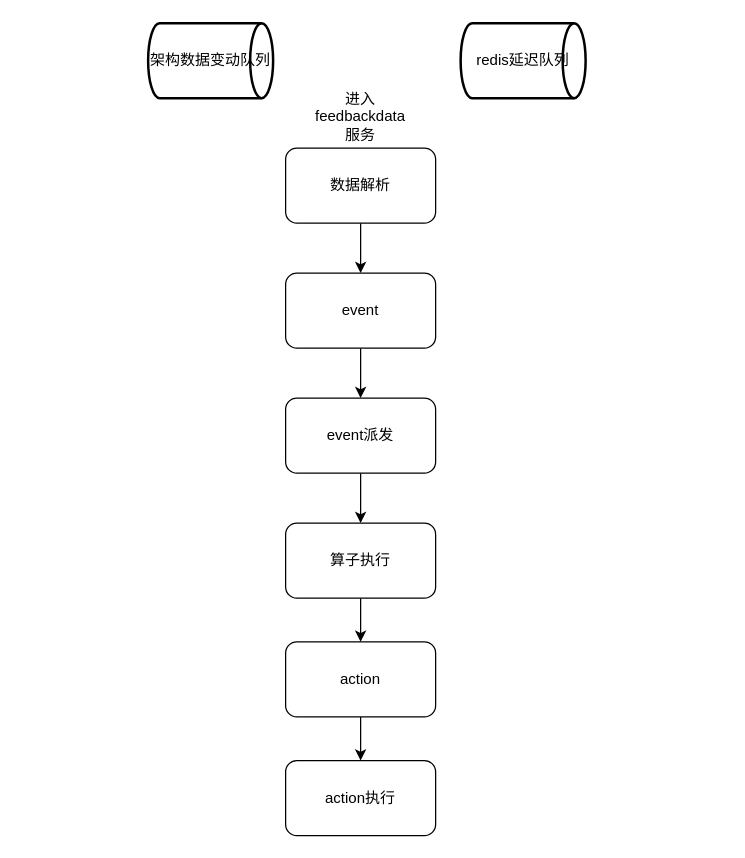
The draw.io diagram feedback.drawio in yangwenshuo/demo, before the edit. Source tidied: cells renumbered, new cells numbered last; positions are measured from the earlier drawing's top-left corner, leaving out a move shared by most shapes. Both pictures are drawn from the tidied source at 125%, with x=0, y=0 at pixel (148, 22).
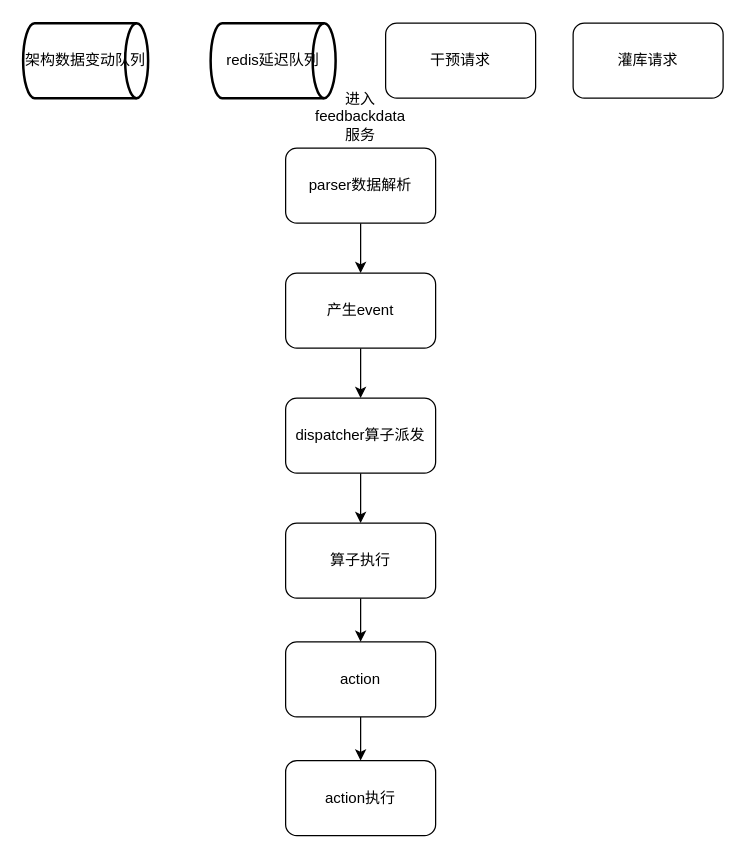
Above is the later version.

What changed in the source:
```diff
@@
 <mxGraphModel>
   <root>
     <mxCell id="0" />
     <mxCell id="1" parent="0" />
     <mxCell id="2" value="架构数据变动队列" style="strokeWidth=2;html=1;shape=mxgraph.flowchart.direct_data;whiteSpace=wrap;" parent="1" vertex="1">
-      <mxGeometry width="100" height="60" as="geometry" />
+      <mxGeometry x="-100" width="100" height="60" as="geometry" />
     </mxCell>
     <mxCell id="3" value="redis延迟队列" style="strokeWidth=2;html=1;shape=mxgraph.flowchart.direct_data;whiteSpace=wrap;" parent="1" vertex="1">
-      <mxGeometry x="250" width="100" height="60" as="geometry" />
+      <mxGeometry x="50" width="100" height="60" as="geometry" />
     </mxCell>
     <mxCell id="4" style="edgeStyle=orthogonalEdgeStyle;rounded=0;jettySize=auto;html=1;exitX=0.5;exitY=1;exitDx=0;exitDy=0;entryX=0.5;entryY=0;entryDx=0;entryDy=0;" parent="1" edge="1" source="5" target="7">
       <mxGeometry relative="1" as="geometry" />
     </mxCell>
-    <mxCell id="5" value="数据解析" style="rounded=1;whiteSpace=wrap;html=1;" parent="1" vertex="1">
+    <mxCell id="5" value="parser数据解析" style="rounded=1;whiteSpace=wrap;html=1;" parent="1" vertex="1">
       <mxGeometry x="110" y="100" width="120" height="60" as="geometry" />
     </mxCell>
     <mxCell id="6" style="edgeStyle=orthogonalEdgeStyle;rounded=0;jettySize=auto;html=1;exitX=0.5;exitY=1;exitDx=0;exitDy=0;entryX=0.5;entryY=0;entryDx=0;entryDy=0;" parent="1" edge="1" source="7" target="9">
       <mxGeometry relative="1" as="geometry" />
     </mxCell>
-    <mxCell id="7" value="event" style="rounded=1;whiteSpace=wrap;html=1;" parent="1" vertex="1">
+    <mxCell id="7" value="产生event" style="rounded=1;whiteSpace=wrap;html=1;" parent="1" vertex="1">
       <mxGeometry x="110" y="200" width="120" height="60" as="geometry" />
     </mxCell>
     <mxCell id="8" style="edgeStyle=orthogonalEdgeStyle;rounded=0;jettySize=auto;html=1;exitX=0.5;exitY=1;exitDx=0;exitDy=0;" parent="1" edge="1" source="9" target="11">
       <mxGeometry relative="1" as="geometry" />
     </mxCell>
-    <mxCell id="9" value="event派发" style="rounded=1;whiteSpace=wrap;html=1;" parent="1" vertex="1">
+    <mxCell id="9" value="dispatcher算子派发" style="rounded=1;whiteSpace=wrap;html=1;" parent="1" vertex="1">
       <mxGeometry x="110" y="300" width="120" height="60" as="geometry" />
     </mxCell>
     <mxCell id="10" style="edgeStyle=orthogonalEdgeStyle;rounded=0;jettySize=auto;html=1;" parent="1" edge="1" source="11" target="13">
       <mxGeometry relative="1" as="geometry" />
     </mxCell>
     <mxCell id="11" value="算子执行" style="rounded=1;whiteSpace=wrap;html=1;" parent="1" vertex="1">
       <mxGeometry x="110" y="400" width="120" height="60" as="geometry" />
     </mxCell>
     <mxCell id="12" style="edgeStyle=orthogonalEdgeStyle;rounded=0;jettySize=auto;html=1;" parent="1" edge="1" source="13" target="14">
       <mxGeometry relative="1" as="geometry" />
     </mxCell>
     <mxCell id="13" value="action" style="rounded=1;whiteSpace=wrap;html=1;" parent="1" vertex="1">
       <mxGeometry x="110" y="495" width="120" height="60" as="geometry" />
     </mxCell>
     <mxCell id="14" value="action执行" style="rounded=1;whiteSpace=wrap;html=1;" parent="1" vertex="1">
       <mxGeometry x="110" y="590" width="120" height="60" as="geometry" />
     </mxCell>
     <mxCell id="15" value="进入feedbackdata服务" style="text;strokeColor=none;align=center;fillColor=none;html=1;verticalAlign=middle;whiteSpace=wrap;rounded=0;" parent="1" vertex="1">
       <mxGeometry x="135" y="60" width="70" height="30" as="geometry" />
     </mxCell>
+    <mxCell id="16" value="干预请求" style="rounded=1;whiteSpace=wrap;html=1;" parent="1" vertex="1">
+      <mxGeometry x="190" width="120" height="60" as="geometry" />
+    </mxCell>
+    <mxCell id="17" value="灌库请求" style="rounded=1;whiteSpace=wrap;html=1;" parent="1" vertex="1">
+      <mxGeometry x="340" width="120" height="60" as="geometry" />
+    </mxCell>
   </root>
 </mxGraphModel>
```
